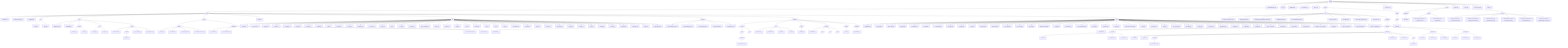
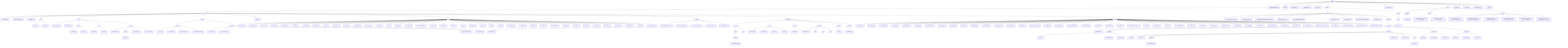
- %% antcrate tree — generated 2026-06-10T22:41:56Z
+ %% antcrate tree — generated 2026-06-10T22:50:20Z
graph TD
  root(["antcrate"])
  1["CONTRIBUTING.md"]
  root --> 1
  2[(LICENSE)]
  root --> 2
  3["README.md"]
  root --> 3
  4["SECURITY.md"]
  root --> 4
  5["SKILL.md"]
  root --> 5
  6[/assets/]
  root --> 6
  6a[/code/]
  6 --> 6a
  6a1["AGENTS.md"]
  6a --> 6a1
  6a2["CLAUDE_CODE.md"]
  6a --> 6a2
  6a3["README.md"]
  6a --> 6a3
  6a4[/bin/]
  6a --> 6a4
  6a4a["antcrate"]
  6a4 --> 6a4a
  6a4b["antcrated"]
  6a4 --> 6a4b
  6a5[/core/]
  6a --> 6a5
  6a5a["CMakeLists.txt"]
  6a5 --> 6a5a
  6a5b["README.md"]
  6a5 --> 6a5b
  6a5c[/include/]
  6a5 --> 6a5c
  6a5c1["canary.hpp"]
  6a5c --> 6a5c1
  6a5c2["json.hpp"]
  6a5c --> 6a5c2
  6a5d[/src/]
  6a5 --> 6a5d
  6a5d1["canary.cpp"]
  6a5d --> 6a5d1
  6a5d2["main.cpp"]
  6a5d --> 6a5d2
  6a5e[/tests/]
  6a5 --> 6a5e
  6a5e1["CMakeLists.txt"]
  6a5e --> 6a5e1
  6a5e2[/doctest/]
  6a5e --> 6a5e2
  6a5e2a["doctest.h"]
  6a5e2 --> 6a5e2a
  6a5e3["test_canary.cpp"]
  6a5e --> 6a5e3
  6a5e4["test_smoke.cpp"]
  6a5e --> 6a5e4
  6a6[/hooks/]
  6a --> 6a6
  6a6a[/claude/]
  6a6 --> 6a6a
  6a6a1["_zones.sh"]
  6a6a --> 6a6a1
  6a6a2["env-guard.sh"]
  6a6a --> 6a6a2
  6a6a3["gateway-guard.sh"]
  6a6a --> 6a6a3
  6a6a4["shellcheck-on-save.sh"]
  6a6a --> 6a6a4
  6a6b[/templates/]
  6a6 --> 6a6b
  6a6b1["pre-commit-ci"]
  6a6b --> 6a6b1
  6a6b2["pre-commit-secrets"]
  6a6b --> 6a6b2
  6a6b3["pre-commit-stack-bash"]
  6a6b --> 6a6b3
  6a6b4["pre-push-tests"]
  6a6b --> 6a6b4
  6a7["install.sh"]
  6a --> 6a7
  6a8[/lib/]
  6a --> 6a8
  6a8a["address.sh"]
  6a8 --> 6a8a
  6a8b["agent_init.sh"]
  6a8 --> 6a8b
  6a8c["anchor.sh"]
  6a8 --> 6a8c
  6a8d["backup.sh"]
  6a8 --> 6a8d
  6a8e["bootstrap.sh"]
  6a8 --> 6a8e
  6a8f["canary.sh"]
  6a8 --> 6a8f
  6a8g["cleanup.sh"]
  6a8 --> 6a8g
  6a8h["commit.sh"]
  6a8 --> 6a8h
  6a8i["cost.sh"]
  6a8 --> 6a8i
  6a8j["delegate.sh"]
  6a8 --> 6a8j
  6a8k["devops.sh"]
  6a8 --> 6a8k
  6a8l["diagrams.sh"]
  6a8 --> 6a8l
  6a8m["env_scan.sh"]
  6a8 --> 6a8m
  6a8n["events.sh"]
  6a8 --> 6a8n
  6a8o["gh.sh"]
  6a8 --> 6a8o
  6a8p["git_init.sh"]
  6a8 --> 6a8p
  6a8q["git_triage.sh"]
  6a8 --> 6a8q
  6a8r["hook_autoinstall.sh"]
  6a8 --> 6a8r
  6a8s["hooks.sh"]
  6a8 --> 6a8s
  6a8t["hygiene.sh"]
  6a8 --> 6a8t
  6a8u["ingest.sh"]
  6a8 --> 6a8u
  6a8v["intel.sh"]
  6a8 --> 6a8v
  6a8w["lifecycle.sh"]
  6a8 --> 6a8w
  6a8x["lock.sh"]
  6a8 --> 6a8x
  6a8y["log.sh"]
  6a8 --> 6a8y
  6a8z["loop.sh"]
  6a8 --> 6a8z
  6a8aa["md_scaffold.sh"]
  6a8 --> 6a8aa
  6a8ab["obsidian.sh"]
  6a8 --> 6a8ab
  6a8ac["profile.sh"]
  6a8 --> 6a8ac
  6a8ad["propose.sh"]
  6a8 --> 6a8ad
  6a8ae["quarantine.sh"]
  6a8 --> 6a8ae
  6a8af["registry.sh"]
  6a8 --> 6a8af
  6a8ag["relocate.sh"]
  6a8 --> 6a8ag
  6a8ah["safety.sh"]
  6a8 --> 6a8ah
  6a8ai["scaffold.sh"]
  6a8 --> 6a8ai
  6a8aj["schema.sh"]
  6a8 --> 6a8aj
  6a8ak["selfcheck.sh"]
  6a8 --> 6a8ak
  6a8al["subbranch.sh"]
  6a8 --> 6a8al
  6a8am["watch.sh"]
  6a8 --> 6a8am
  6a8an["watch_window.sh"]
  6a8 --> 6a8an
  6a9[/systemd/]
  6a --> 6a9
  6a9a["antcrate-backup.service"]
  6a9 --> 6a9a
  6a9b["antcrate-backup.timer"]
  6a9 --> 6a9b
  6a9c["antcrate-intel.service"]
  6a9 --> 6a9c
  6a9d["antcrate-intel.timer"]
  6a9 --> 6a9d
  6a9e["antcrated.service"]
  6a9 --> 6a9e
  6a10[/templates/]
  6a --> 6a10
  6a10a[/_generic/]
  6a10 --> 6a10a
  6a10a1["README.md"]
  6a10a --> 6a10a1
  6a10a2[/docs/]
  6a10a --> 6a10a2
  6a10a2a[/diagrams/]
  6a10a2 --> 6a10a2a
  6a10a2a1["architecture.mmd"]
  6a10a2a --> 6a10a2a1
  6a10a3[/src/]
  6a10a --> 6a10a3
  6a10b[/md/]
  6a10 --> 6a10b
  6a10b1["AGENTS.md"]
  6a10b --> 6a10b1
  6a10b2["CLAUDE.md"]
  6a10b --> 6a10b2
  6a10b3["ledger.md"]
  6a10b --> 6a10b3
  6a10b4["state.md"]
  6a10b --> 6a10b4
  6a10c[/notes/]
  6a10 --> 6a10c
  6a10c1["INDEX.md"]
  6a10c --> 6a10c1
  6a10d[/projects/]
  6a10 --> 6a10d
  6a10d1["README.md"]
  6a10d --> 6a10d1
  6a10d2[/docs/]
  6a10d --> 6a10d2
  6a10d3[/src/]
  6a10d --> 6a10d3
  6a10d4[/tests/]
  6a10d --> 6a10d4
  6a10e[/scripts/]
  6a10 --> 6a10e
  6a10e1["main.sh"]
  6a10e --> 6a10e1
  6a10f[/webapps/]
  6a10 --> 6a10f
  6a10f1["README.md"]
  6a10f --> 6a10f1
  6a11[/tests/]
  6a --> 6a11
  6a11a["README.md"]
  6a11 --> 6a11a
  6a11b["address.bats"]
  6a11 --> 6a11b
  6a11c["agent_init.bats"]
  6a11 --> 6a11c
  6a11d["backup.bats"]
  6a11 --> 6a11d
  6a11e["bootstrap.bats"]
  6a11 --> 6a11e
  6a11f["canary.bats"]
  6a11 --> 6a11f
  6a11g["ci_snapshot.bats"]
  6a11 --> 6a11g
  6a11h["cleanup.bats"]
  6a11 --> 6a11h
  6a11i["commit.bats"]
  6a11 --> 6a11i
  6a11j["cost.bats"]
  6a11 --> 6a11j
  6a11k["delegate.bats"]
  6a11 --> 6a11k
  6a11l["diagrams.bats"]
  6a11 --> 6a11l
  6a11m["env_guard.bats"]
  6a11 --> 6a11m
  6a11n["env_scan.bats"]
  6a11 --> 6a11n
  6a11o["events.bats"]
  6a11 --> 6a11o
  6a11p["gateway_guard.bats"]
  6a11 --> 6a11p
  6a11q["git_init.bats"]
  6a11 --> 6a11q
  6a11r["git_triage.bats"]
  6a11 --> 6a11r
  6a11s["hook_autoinstall.bats"]
  6a11 --> 6a11s
-   6a11t["hooks.bats"]
+   6a11t["hook_smoke.bats"]
  6a11 --> 6a11t
-   6a11u["hygiene.bats"]
+   6a11u["hooks.bats"]
  6a11 --> 6a11u
-   6a11v["ingest.bats"]
+   6a11v["hygiene.bats"]
  6a11 --> 6a11v
-   6a11w["install_from_source.bats"]
+   6a11w["ingest.bats"]
  6a11 --> 6a11w
-   6a11x["intel.bats"]
+   6a11x["install_from_source.bats"]
  6a11 --> 6a11x
-   6a11y["lifecycle.bats"]
+   6a11y["intel.bats"]
  6a11 --> 6a11y
-   6a11z["loop.bats"]
+   6a11z["lifecycle.bats"]
  6a11 --> 6a11z
-   6a11aa["md_scaffold.bats"]
+   6a11aa["loop.bats"]
  6a11 --> 6a11aa
-   6a11ab["obsidian.bats"]
+   6a11ab["md_scaffold.bats"]
  6a11 --> 6a11ab
-   6a11ac["profile.bats"]
+   6a11ac["obsidian.bats"]
  6a11 --> 6a11ac
-   6a11ad["propose.bats"]
+   6a11ad["profile.bats"]
  6a11 --> 6a11ad
-   6a11ae["quarantine.bats"]
+   6a11ae["propose.bats"]
  6a11 --> 6a11ae
-   6a11af["register.bats"]
+   6a11af["quarantine.bats"]
  6a11 --> 6a11af
-   6a11ag["registry.bats"]
+   6a11ag["register.bats"]
  6a11 --> 6a11ag
-   6a11ah["relocate.bats"]
+   6a11ah["registry.bats"]
  6a11 --> 6a11ah
-   6a11ai["safety_zones.bats"]
+   6a11ai["relocate.bats"]
  6a11 --> 6a11ai
-   6a11aj["scaffold.bats"]
+   6a11aj["safety_zones.bats"]
  6a11 --> 6a11aj
-   6a11ak["schema.bats"]
+   6a11ak["scaffold.bats"]
  6a11 --> 6a11ak
-   6a11al["selfcheck.bats"]
+   6a11al["schema.bats"]
  6a11 --> 6a11al
-   6a11am["shellcheck_on_save.bats"]
+   6a11am["selfcheck.bats"]
  6a11 --> 6a11am
-   6a11an["watch.bats"]
+   6a11an["shellcheck_on_save.bats"]
  6a11 --> 6a11an
-   6a11ao["watch_smoke.bats"]
+   6a11ao["watch.bats"]
  6a11 --> 6a11ao
-   6a11ap["watch_window.bats"]
+   6a11ap["watch_smoke.bats"]
  6a11 --> 6a11ap
-   6a11aq["wrapper_dispatch.bats"]
+   6a11aq["watch_window.bats"]
  6a11 --> 6a11aq
+   6a11ar["wrapper_dispatch.bats"]
+   6a11 --> 6a11ar
  6b[/docs/]
  6 --> 6b
  6b1["AntCrate_blueprint_v0.pdf"]
  6b --> 6b1
  6b2["BUNDLE_SPEC.md"]
  6b --> 6b2
  6b3["DIAGRAM_AUTOMATION_GUIDE.md"]
  6b --> 6b3
  6b4["DIAGRAM_PLAN.md"]
  6b --> 6b4
  6b5["GH_PIPELINE_PLAN.md"]
  6b --> 6b5
  6b6["HOOK_PLAN.md"]
  6b --> 6b6
  6b7["PATTERNS.md"]
  6b --> 6b7
  6b8["POST_DEV_BACKLOG.md"]
  6b --> 6b8
  6b9["architecture.md"]
  6b --> 6b9
  6b10[/examples/]
  6b --> 6b10
  6b10a[/bundles/]
  6b10 --> 6b10a
  6b10a1["README.md"]
  6b10a --> 6b10a1
  6b10a2[/composite/]
  6b10a --> 6b10a2
  6b10a2a["STATUS"]
  6b10a2 --> 6b10a2a
  6b10a2b["manifest.json"]
  6b10a2 --> 6b10a2b
  6b10a2c["research.md"]
  6b10a2 --> 6b10a2c
  6b10a3[/git-pinned/]
  6b10a --> 6b10a3
  6b10a3a["STATUS"]
  6b10a3 --> 6b10a3a
  6b10a3b["claude.md"]
  6b10a3 --> 6b10a3b
  6b10a3c[/diagrams/]
  6b10a3 --> 6b10a3c
  6b10a3c1["architecture.mmd"]
  6b10a3c --> 6b10a3c1
  6b10a3d["manifest.json"]
  6b10a3 --> 6b10a3d
  6b10a3e["research.md"]
  6b10a3 --> 6b10a3e
  6b10a3f[/skill/]
  6b10a3 --> 6b10a3f
  6b10a3f1["SKILL.md"]
  6b10a3f --> 6b10a3f1
  6b10a4[/supersedes/]
  6b10a --> 6b10a4
  6b10a4a["STATUS"]
  6b10a4 --> 6b10a4a
  6b10a4b["manifest.json"]
  6b10a4 --> 6b10a4b
  6b10a4c["research.md"]
  6b10a4 --> 6b10a4c
  6b10a5[/theoretical/]
  6b10a --> 6b10a5
  6b10a5a["STATUS"]
  6b10a5 --> 6b10a5a
  6b10a5b["manifest.json"]
  6b10a5 --> 6b10a5b
  6b10a5c["research.md"]
  6b10a5 --> 6b10a5c
  6c[/skills/]
  6 --> 6c
  6c1[/intel/]
  6c --> 6c1
  6c1a["SKILL.md"]
  6c1 --> 6c1a
  7["composes.md"]
  root --> 7
  8[/docs/]
  root --> 8
  8a[/diagrams/]
  8 --> 8a
  8a1["tree.mmd"]
  8a --> 8a1
  8b[/plans/]
  8 --> 8b
  8b1["2026-06-01-gateway-rule-violations-fix.md"]
  8b --> 8b1
  8b2["2026-06-06-relocate-command.md"]
  8b --> 8b2
  8c[/specs/]
  8 --> 8c
  8c1["2026-05-31-harness-enforcement-layer.md"]
  8c --> 8c1
  8c2["2026-06-01-gateway-rule-violations-fix-design.md"]
  8c --> 8c2
  8c3["2026-06-06-relocate-command-design.md"]
  8c --> 8c3
  8c4["2026-06-09-loop-engine-harness-design.md"]
  8c --> 8c4
  8c5["2026-06-10-anthropic-intel-tracker-design.md"]
  8c --> 8c5
  8c6["2026-06-10-anycrate-capability-layer-design.md"]
  8c --> 8c6
  9["ledger.md"]
  root --> 9
  10["stack.md"]
  root --> 10
  11["state-archive.md"]
  root --> 11
  12["state.md"]
  root --> 12
